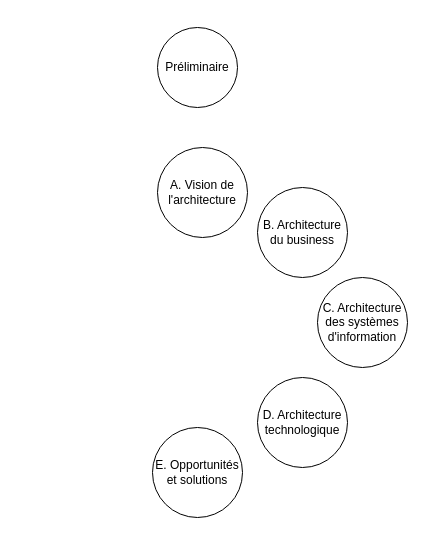
cjour/audit_logistics keeps this draw.io diagram as ADM.drawio. Above is the earlier version. Source tidied: cells renumbered, new cells numbered last; positions are measured from the earlier drawing's top-left corner, leaving out a move shared by most shapes. Both pictures are drawn from the tidied source at 100%, with x=0, y=0 at pixel (152, 27).
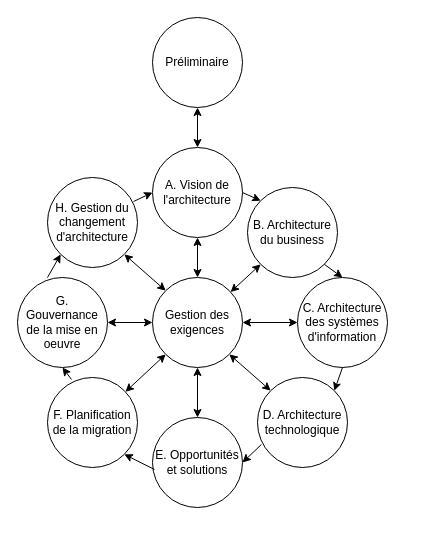
The same page after the edit.

Unchanged cells that the change refers to:
```xml
<mxCell id="6" value="D. Architecture technologique" style="ellipse;whiteSpace=wrap;html=1;" parent="1" vertex="1">
  <mxGeometry x="105" y="350" width="90" height="90" as="geometry" />
</mxCell>
```

Change to the diagram source:
```diff
@@
     <mxCell id="2" value="Préliminaire" style="ellipse;whiteSpace=wrap;html=1;" parent="1" vertex="1">
-      <mxGeometry x="5" width="80" height="80" as="geometry" />
+      <mxGeometry y="-10" width="90" height="90" as="geometry" />
     </mxCell>
     <mxCell id="3" value="A. Vision de l'architecture " style="ellipse;whiteSpace=wrap;html=1;" parent="1" vertex="1">
-      <mxGeometry x="5" y="120" width="90" height="90" as="geometry" />
+      <mxGeometry y="120" width="90" height="90" as="geometry" />
     </mxCell>
     <mxCell id="4" value="B. Architecture du business" style="ellipse;whiteSpace=wrap;html=1;" parent="1" vertex="1">
-      <mxGeometry x="105" y="160" width="90" height="90" as="geometry" />
+      <mxGeometry x="95" y="160" width="90" height="90" as="geometry" />
     </mxCell>
     <mxCell id="5" value="C. Architecture des systèmes d'information" style="ellipse;whiteSpace=wrap;html=1;" parent="1" vertex="1">
-      <mxGeometry x="165" y="250" width="90" height="90" as="geometry" />
+      <mxGeometry x="145" y="250" width="90" height="90" as="geometry" />
     </mxCell>
@@
     <mxCell id="7" value="&lt;div&gt;E. Opportunités et solutions&lt;/div&gt;" style="ellipse;whiteSpace=wrap;html=1;" parent="1" vertex="1">
-      <mxGeometry y="400" width="90" height="90" as="geometry" />
+      <mxGeometry y="390" width="90" height="90" as="geometry" />
     </mxCell>
+    <mxCell id="8" value="&lt;div&gt;F. Planification de la migration&lt;br&gt;&lt;/div&gt;" style="ellipse;whiteSpace=wrap;html=1;" parent="1" vertex="1">
+      <mxGeometry x="-105" y="350" width="90" height="90" as="geometry" />
+    </mxCell>
+    <mxCell id="9" value="&lt;div&gt;G. Gouvernance de la mise en oeuvre&lt;br&gt;&lt;/div&gt;" style="ellipse;whiteSpace=wrap;html=1;" parent="1" vertex="1">
+      <mxGeometry x="-135" y="250" width="90" height="90" as="geometry" />
+    </mxCell>
+    <mxCell id="10" value="&lt;div&gt;H. Gestion du changement d'architecture&lt;br&gt;&lt;/div&gt;" style="ellipse;whiteSpace=wrap;html=1;" parent="1" vertex="1">
+      <mxGeometry x="-105" y="150" width="90" height="90" as="geometry" />
+    </mxCell>
+    <mxCell id="11" value="Gestion des exigences" style="ellipse;whiteSpace=wrap;html=1;" parent="1" vertex="1">
+      <mxGeometry y="250" width="90" height="90" as="geometry" />
+    </mxCell>
+    <mxCell id="12" style="endArrow=classic;startArrow=classic;html=1;rounded=0;entryX=0;entryY=1;entryDx=0;entryDy=0;" parent="1" edge="1" source="11" target="4">
+      <mxGeometry relative="1" as="geometry" />
+    </mxCell>
+    <mxCell id="13" style="endArrow=classic;startArrow=classic;html=1;rounded=0;entryX=0;entryY=0.5;entryDx=0;entryDy=0;exitX=1;exitY=0.5;exitDx=0;exitDy=0;" parent="1" edge="1" source="11" target="5">
+      <mxGeometry relative="1" as="geometry" />
+    </mxCell>
+    <mxCell id="14" style="endArrow=classic;startArrow=classic;html=1;rounded=0;entryX=0;entryY=0;entryDx=0;entryDy=0;exitX=1;exitY=1;exitDx=0;exitDy=0;" parent="1" edge="1" source="11" target="6">
+      <mxGeometry relative="1" as="geometry" />
+    </mxCell>
+    <mxCell id="15" style="endArrow=classic;startArrow=classic;html=1;rounded=0;exitX=0.5;exitY=1;exitDx=0;exitDy=0;" parent="1" edge="1" source="11" target="7">
+      <mxGeometry relative="1" as="geometry" />
+    </mxCell>
+    <mxCell id="16" style="endArrow=classic;startArrow=classic;html=1;rounded=0;entryX=0;entryY=1;entryDx=0;entryDy=0;" parent="1" edge="1" source="8" target="11">
+      <mxGeometry relative="1" as="geometry" />
+    </mxCell>
+    <mxCell id="17" style="endArrow=classic;startArrow=classic;html=1;rounded=0;entryX=0;entryY=0.5;entryDx=0;entryDy=0;exitX=1;exitY=0.5;exitDx=0;exitDy=0;" parent="1" edge="1" source="9" target="11">
+      <mxGeometry relative="1" as="geometry" />
+    </mxCell>
+    <mxCell id="18" style="endArrow=classic;startArrow=classic;html=1;rounded=0;entryX=0.5;entryY=1;entryDx=0;entryDy=0;" parent="1" edge="1" target="3">
+      <mxGeometry relative="1" as="geometry">
+        <mxPoint x="45" y="250" as="sourcePoint" />
+      </mxGeometry>
+    </mxCell>
+    <mxCell id="19" style="endArrow=classic;startArrow=classic;html=1;rounded=0;entryX=1;entryY=1;entryDx=0;entryDy=0;exitX=0;exitY=0;exitDx=0;exitDy=0;" parent="1" edge="1" source="11" target="10">
+      <mxGeometry relative="1" as="geometry" />
+    </mxCell>
+    <mxCell id="20" style="endArrow=classic;startArrow=classic;html=1;rounded=0;entryX=0.5;entryY=1;entryDx=0;entryDy=0;exitX=0.5;exitY=0;exitDx=0;exitDy=0;" parent="1" edge="1" source="3" target="2">
+      <mxGeometry relative="1" as="geometry" />
+    </mxCell>
+    <mxCell id="21" style="endArrow=classic;html=1;rounded=0;entryX=0;entryY=0;entryDx=0;entryDy=0;exitX=1;exitY=0.5;exitDx=0;exitDy=0;" parent="1" edge="1" source="3" target="4">
+      <mxGeometry relative="1" as="geometry" />
+    </mxCell>
+    <mxCell id="22" style="endArrow=classic;html=1;rounded=0;entryX=0.5;entryY=0;entryDx=0;entryDy=0;exitX=1;exitY=1;exitDx=0;exitDy=0;" parent="1" edge="1" source="4" target="5">
+      <mxGeometry relative="1" as="geometry" />
+    </mxCell>
+    <mxCell id="23" style="endArrow=classic;html=1;rounded=0;entryX=1;entryY=0;entryDx=0;entryDy=0;exitX=0.5;exitY=1;exitDx=0;exitDy=0;" parent="1" edge="1" source="5" target="6">
+      <mxGeometry relative="1" as="geometry" />
+    </mxCell>
+    <mxCell id="24" style="endArrow=classic;html=1;rounded=0;entryX=1;entryY=0.5;entryDx=0;entryDy=0;exitX=0.044;exitY=0.744;exitDx=0;exitDy=0;exitPerimeter=0;" parent="1" edge="1" source="6" target="7">
+      <mxGeometry relative="1" as="geometry" />
+    </mxCell>
+    <mxCell id="25" style="endArrow=classic;html=1;rounded=0;entryX=1;entryY=1;entryDx=0;entryDy=0;exitX=0.022;exitY=0.578;exitDx=0;exitDy=0;exitPerimeter=0;" parent="1" edge="1" source="7" target="8">
+      <mxGeometry relative="1" as="geometry" />
+    </mxCell>
+    <mxCell id="26" style="endArrow=classic;html=1;rounded=0;entryX=0.5;entryY=1;entryDx=0;entryDy=0;exitX=0.267;exitY=0.022;exitDx=0;exitDy=0;exitPerimeter=0;" parent="1" edge="1" source="8" target="9">
+      <mxGeometry relative="1" as="geometry" />
+    </mxCell>
+    <mxCell id="27" style="endArrow=classic;html=1;rounded=0;entryX=0;entryY=1;entryDx=0;entryDy=0;" parent="1" edge="1" target="10">
+      <mxGeometry relative="1" as="geometry">
+        <mxPoint x="-105" y="250" as="sourcePoint" />
+      </mxGeometry>
+    </mxCell>
+    <mxCell id="28" style="endArrow=classic;html=1;rounded=0;entryX=0;entryY=0.5;entryDx=0;entryDy=0;exitX=0.956;exitY=0.267;exitDx=0;exitDy=0;exitPerimeter=0;" parent="1" edge="1" source="10" target="3">
+      <mxGeometry relative="1" as="geometry" />
+    </mxCell>
```
